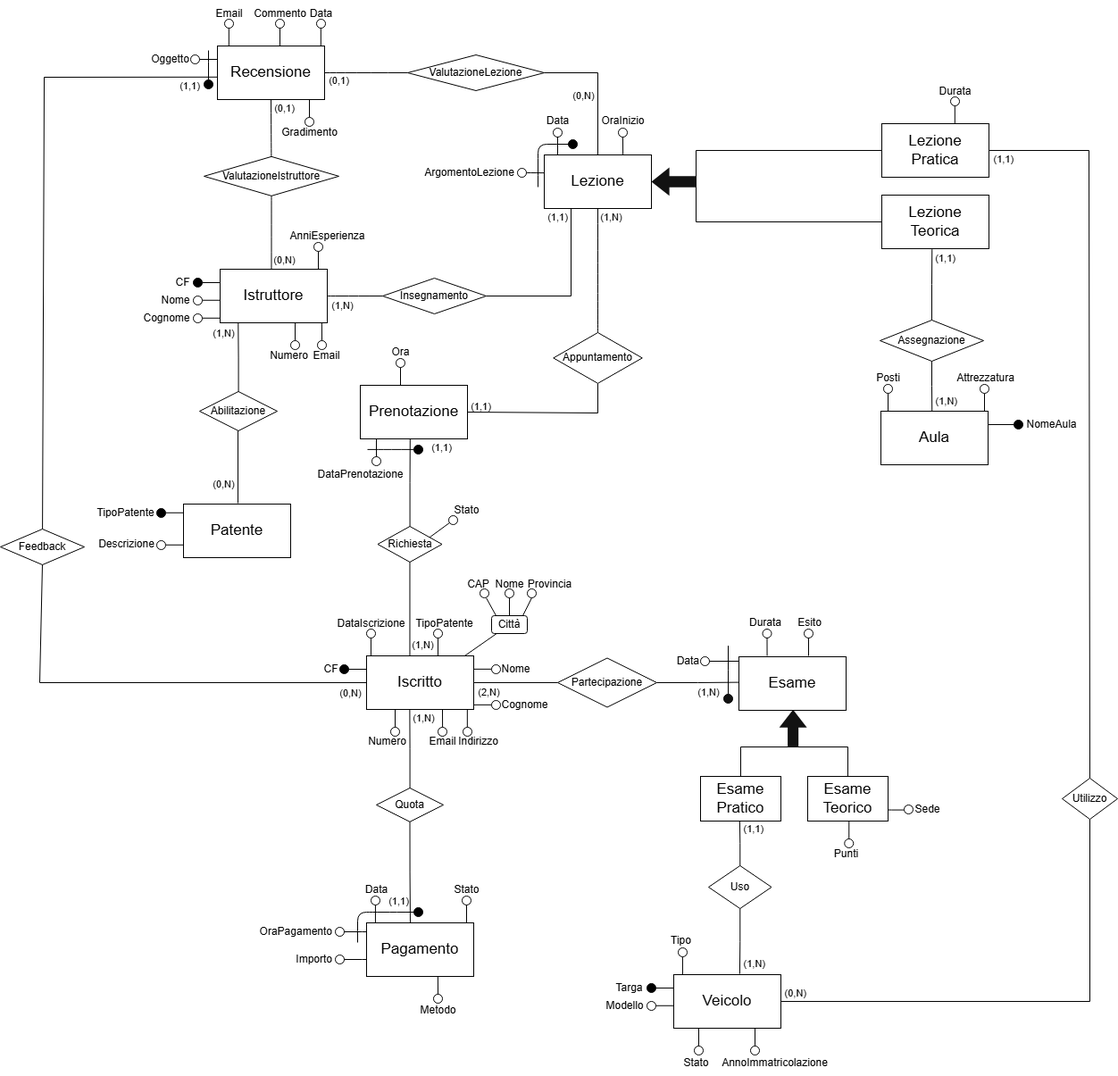
The draw.io diagram img/ER_ScuolaGuida.drawio.png in Andrea-Difino/db_scuola_guida, before a commit. Source tidied: cells renumbered, new cells last; positions are measured from the earlier drawing's top-left corner, leaving out a move shared by most shapes.
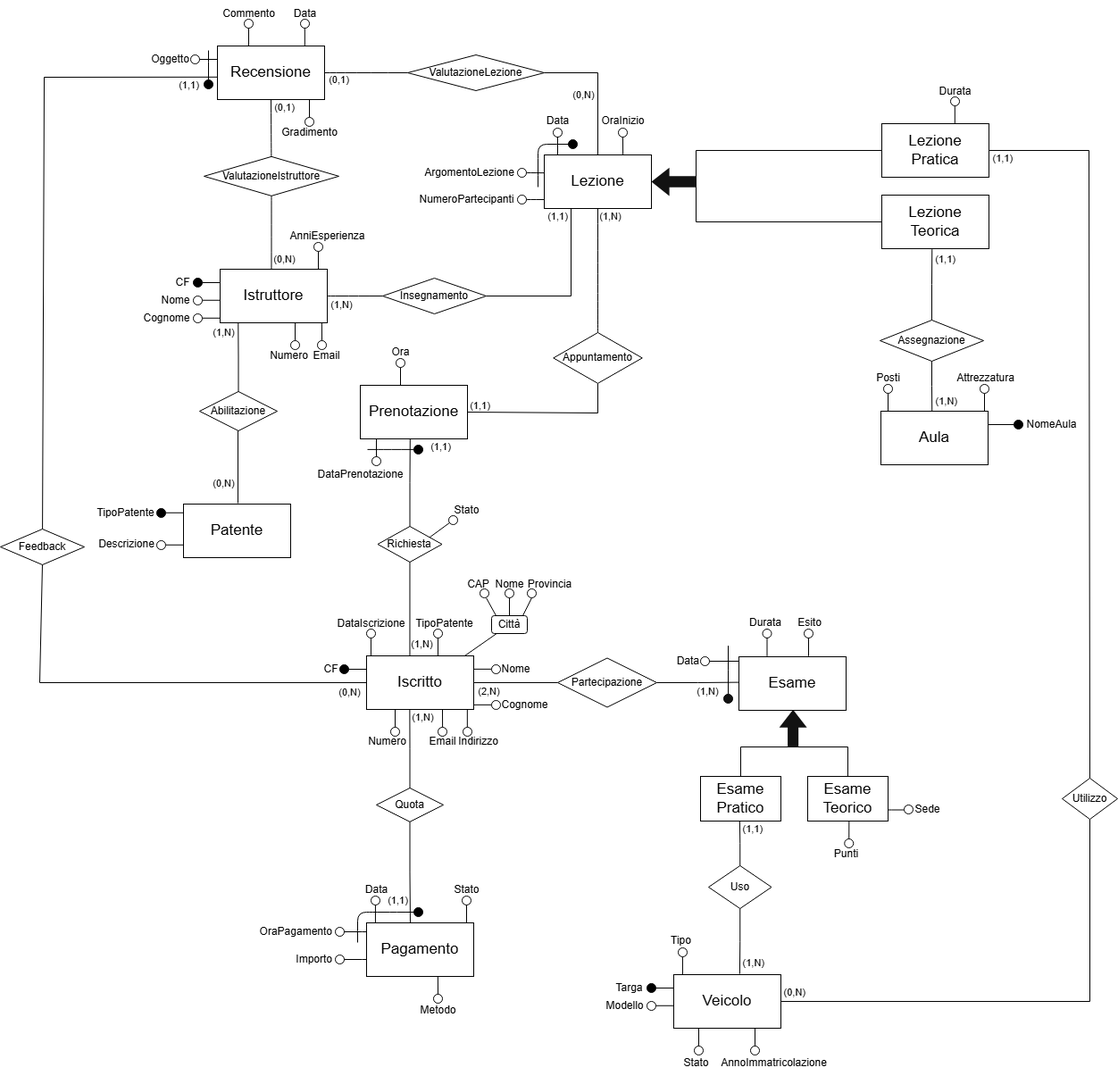
Above is the later version.

The edit, as a diff of the source:
```diff
@@ -164,13 +164,13 @@
       <mxGeometry x="228" y="174.9" width="151" height="44" as="geometry" />
     </mxCell>
     <mxCell id="45" value="&lt;font style=&quot;color: light-dark(rgb(0, 0, 0), rgb(0, 0, 0));&quot;&gt;Data&lt;/font&gt;" style="text;html=1;align=center;verticalAlign=middle;strokeColor=none;fillColor=none;fontFamily=Helvetica;fontSize=12;fontColor=default;" parent="1" vertex="1">
-      <mxGeometry x="334" width="50" height="30" as="geometry" />
+      <mxGeometry x="316" width="50" height="30" as="geometry" />
     </mxCell>
     <mxCell id="46" style="edgeStyle=orthogonalEdgeStyle;rounded=0;jettySize=auto;html=1;" parent="1" edge="1" source="47" target="94">
       <mxGeometry relative="1" as="geometry" />
     </mxCell>
     <mxCell id="47" style="ellipse;whiteSpace=wrap;html=1;rounded=0;strokeColor=light-dark(#000000,#000000);align=center;verticalAlign=middle;fontFamily=Helvetica;fontSize=12;fontColor=light-dark(#000000,#000000);fillColor=light-dark(#000000,#FFFFFF);" parent="1" vertex="1">
-      <mxGeometry x="354" y="21" width="10" height="10" as="geometry" />
+      <mxGeometry x="336" y="21" width="10" height="10" as="geometry" />
     </mxCell>
     <mxCell id="48" style="edgeStyle=none;shape=connector;curved=1;rounded=0;jettySize=auto;html=1;entryX=0.479;entryY=0.002;entryDx=0;entryDy=0;entryPerimeter=0;strokeColor=light-dark(#000000,#000000);align=center;verticalAlign=middle;fontFamily=Helvetica;fontSize=12;fontColor=default;labelBackgroundColor=default;startFill=0;startSize=8;endArrow=none;endSize=8;" parent="1" edge="1" source="44" target="101">
       <mxGeometry relative="1" as="geometry" />
@@ -351,12 +351,12 @@
     </mxCell>
     <mxCell id="90" style="endArrow=none;html=1;rounded=0;fontFamily=Helvetica;fontSize=12;fontColor=default;entryX=0.75;entryY=1;entryDx=0;entryDy=0;strokeColor=light-dark(#000000,#000000);" parent="1" edge="1">
       <mxGeometry relative="1" as="geometry">
-        <mxPoint x="313" y="51" as="sourcePoint" />
-        <mxPoint x="313" y="31" as="targetPoint" />
+        <mxPoint x="278" y="51" as="sourcePoint" />
+        <mxPoint x="278" y="31" as="targetPoint" />
       </mxGeometry>
     </mxCell>
     <mxCell id="91" style="ellipse;whiteSpace=wrap;html=1;rounded=0;strokeColor=light-dark(#000000,#000000);align=center;verticalAlign=middle;fontFamily=Helvetica;fontSize=12;fontColor=light-dark(#000000,#000000);fillColor=light-dark(#000000,#FFFFFF);" parent="1" vertex="1">
-      <mxGeometry x="308" y="21" width="10" height="10" as="geometry" />
+      <mxGeometry x="273" y="21" width="10" height="10" as="geometry" />
     </mxCell>
     <mxCell id="92" value="&lt;font style=&quot;color: light-dark(rgb(0, 0, 0), rgb(0, 0, 0));&quot;&gt;Gradimento&lt;/font&gt;" style="text;html=1;align=center;verticalAlign=middle;strokeColor=none;fillColor=none;fontFamily=Helvetica;fontSize=12;fontColor=default;" parent="1" vertex="1">
       <mxGeometry x="301" y="133" width="90" height="30" as="geometry" />
@@ -374,7 +374,7 @@
       <mxGeometry x="155" y="51" width="70" height="30" as="geometry" />
     </mxCell>
     <mxCell id="96" value="&lt;font style=&quot;color: light-dark(rgb(0, 0, 0), rgb(0, 0, 0));&quot;&gt;Commento&lt;/font&gt;" style="text;html=1;align=center;verticalAlign=middle;strokeColor=none;fillColor=none;fontFamily=Helvetica;fontSize=12;fontColor=default;" parent="1" vertex="1">
-      <mxGeometry x="273" width="80" height="30" as="geometry" />
+      <mxGeometry x="238" width="80" height="30" as="geometry" />
     </mxCell>
     <mxCell id="97" style="edgeStyle=orthogonalEdgeStyle;rounded=0;jettySize=auto;html=1;strokeColor=light-dark(#000000,#000000);endArrow=none;startFill=0;" parent="1" edge="1" source="98">
       <mxGeometry relative="1" as="geometry">
@@ -386,8 +386,8 @@
     </mxCell>
     <mxCell id="99" style="endArrow=none;html=1;rounded=0;fontFamily=Helvetica;fontSize=12;fontColor=default;entryX=0.25;entryY=1;entryDx=0;entryDy=0;strokeColor=light-dark(#000000,#000000);" parent="1" edge="1">
       <mxGeometry relative="1" as="geometry">
-        <mxPoint x="358.8" y="51" as="sourcePoint" />
-        <mxPoint x="358.8" y="31" as="targetPoint" />
+        <mxPoint x="340.8" y="51" as="sourcePoint" />
+        <mxPoint x="340.8" y="31" as="targetPoint" />
       </mxGeometry>
     </mxCell>
     <mxCell id="100" value="(1,1)" style="edgeLabel;html=1;align=center;verticalAlign=middle;fontFamily=Helvetica;fontSize=11;fontColor=light-dark(#000000,#000000);labelBackgroundColor=none;fillColor=none;gradientColor=none;" parent="1" vertex="1">
@@ -875,18 +875,6 @@
         <mxPoint x="-171" y="4" as="offset" />
       </mxGeometry>
     </mxCell>
-    <mxCell id="225" value="&lt;font style=&quot;color: light-dark(rgb(0, 0, 0), rgb(0, 0, 0));&quot;&gt;Email&lt;/font&gt;" style="text;html=1;align=center;verticalAlign=middle;strokeColor=none;fillColor=none;fontFamily=Helvetica;fontSize=12;fontColor=default;" parent="1" vertex="1">
-      <mxGeometry x="232" y="2" width="48" height="26" as="geometry" />
-    </mxCell>
-    <mxCell id="226" style="ellipse;whiteSpace=wrap;html=1;rounded=0;strokeColor=light-dark(#000000,#000000);align=center;verticalAlign=middle;fontFamily=Helvetica;fontSize=12;fontColor=light-dark(#000000,#000000);fillColor=light-dark(#000000,#FFFFFF);" parent="1" vertex="1">
-      <mxGeometry x="251" y="21" width="10" height="10" as="geometry" />
-    </mxCell>
-    <mxCell id="227" style="endArrow=none;html=1;rounded=0;fontFamily=Helvetica;fontSize=12;fontColor=default;entryX=0.25;entryY=1;entryDx=0;entryDy=0;strokeColor=light-dark(#000000,#000000);" parent="1" edge="1">
-      <mxGeometry relative="1" as="geometry">
-        <mxPoint x="255.8" y="51" as="sourcePoint" />
-        <mxPoint x="255.8" y="31" as="targetPoint" />
-      </mxGeometry>
-    </mxCell>
     <mxCell id="228" value="&lt;font&gt;Abilitazione&lt;/font&gt;" style="rhombus;whiteSpace=wrap;html=1;fillColor=light-dark(#FFFFFF,#FFFFFF);strokeColor=light-dark(#000000,#000000);fontColor=light-dark(#000000,#000000);" parent="1" vertex="1">
       <mxGeometry x="223" y="438" width="87" height="44" as="geometry" />
     </mxCell>
@@ -948,5 +936,16 @@
         <mxPoint x="410" y="1074" as="targetPoint" />
       </mxGeometry>
     </mxCell>
+    <mxCell id="244" style="ellipse;whiteSpace=wrap;html=1;rounded=0;strokeColor=light-dark(#000000,#000000);align=center;verticalAlign=middle;fontFamily=Helvetica;fontSize=12;fontColor=light-dark(#000000,#000000);fillColor=light-dark(#000000,#FFFFFF);" parent="1" vertex="1">
+      <mxGeometry x="579" y="218" width="10" height="10" as="geometry" />
+    </mxCell>
+    <mxCell id="245" style="edgeStyle=none;curved=1;rounded=0;jettySize=auto;html=1;entryX=0.002;entryY=0.336;entryDx=0;entryDy=0;entryPerimeter=0;fontSize=12;startSize=8;endSize=8;endArrow=none;startFill=0;strokeColor=light-dark(#000000,#000000);" parent="1" edge="1" source="244">
+      <mxGeometry relative="1" as="geometry">
+        <mxPoint x="609" y="223" as="targetPoint" />
+      </mxGeometry>
+    </mxCell>
+    <mxCell id="246" value="&lt;font style=&quot;color: light-dark(rgb(0, 0, 0), rgb(0, 0, 0));&quot;&gt;NumeroPartecipanti&lt;/font&gt;" style="text;html=1;align=center;verticalAlign=middle;strokeColor=none;fillColor=none;fontFamily=Helvetica;fontSize=12;fontColor=default;" parent="1" vertex="1">
+      <mxGeometry x="460" y="210" width="124" height="26" as="geometry" />
+    </mxCell>
   </root>
 </mxGraphModel>
```
